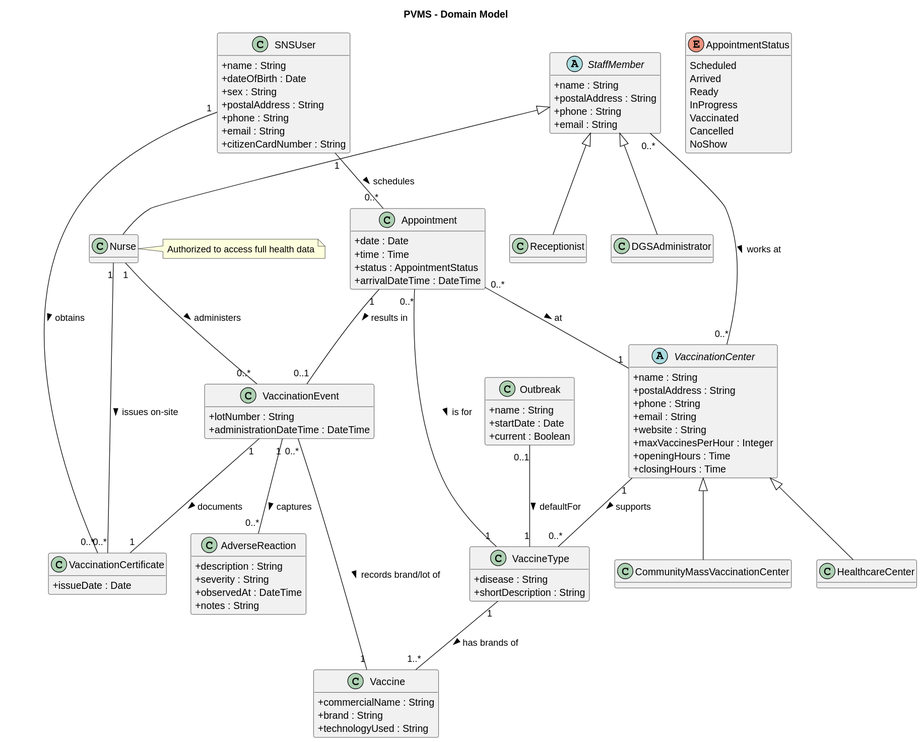
This is docs/system-documentation/global-artifacts/svg/DM.svg from luluisfcm/leti-esoft-25-26-B5, a PlantUML export, as it was before one commit.
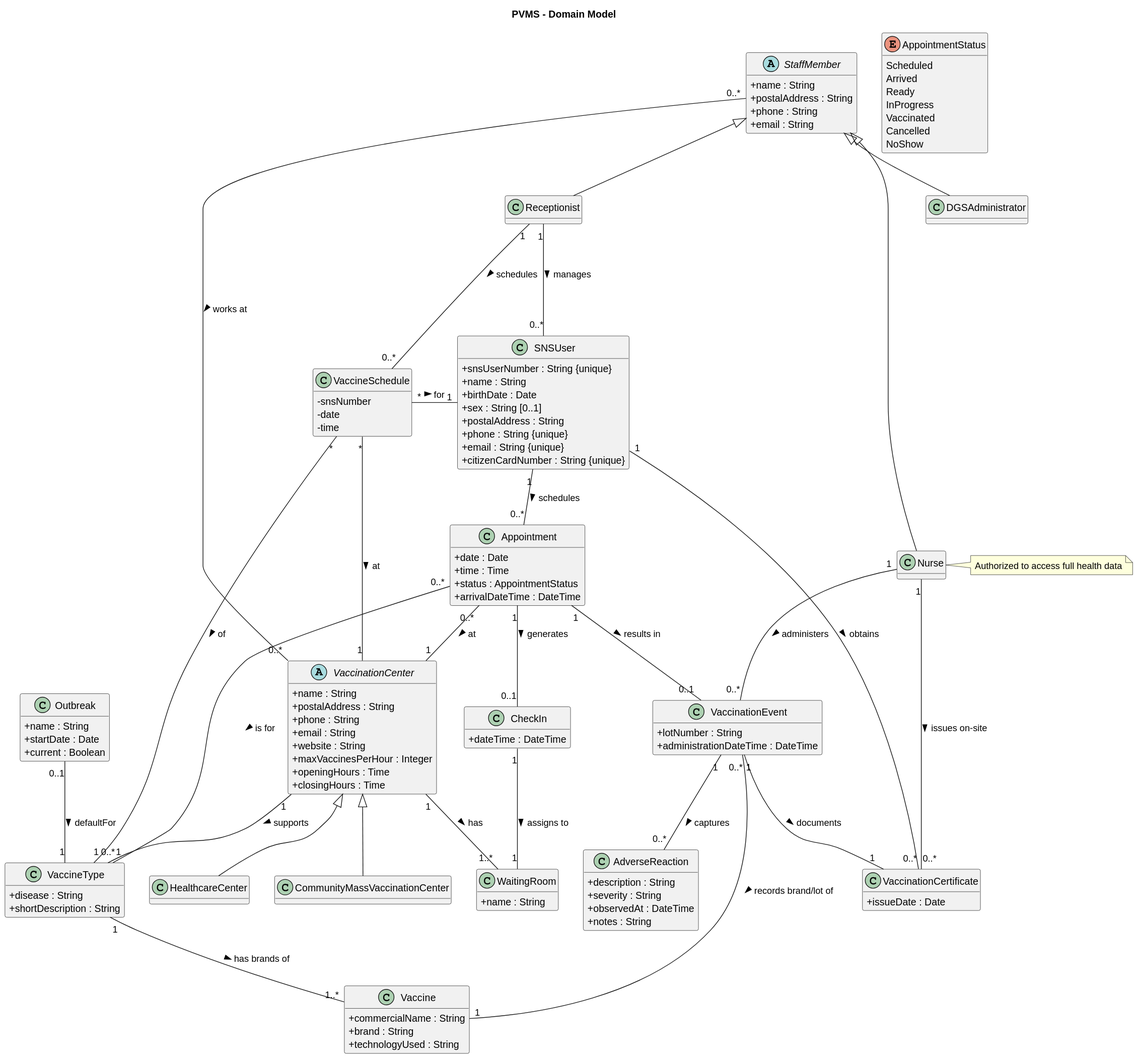
After the change.

The edit, as a diff of the source:
```diff
@@ -5,14 +5,14 @@
 skinparam classAttributeIconSize 0
 
 class SNSUser {
-
++ snsUserNumber : String {unique}
   + name : String
-  + dateOfBirth : Date
-  + sex : String
+  + birthDate : Date
+  + sex : String [0..1]
   + postalAddress : String
-  + phone : String
-  + email : String
-  + citizenCardNumber : String
+  + phone : String {unique}
+  + email : String {unique}
+  + citizenCardNumber : String {unique}
 }
 
 abstract StaffMember {
@@ -104,6 +104,21 @@
   + current : Boolean
 }
 
+class WaitingRoom {
+  + name : String
+}
+
+class CheckIn {
+  + dateTime : DateTime
+}
+
+
+class VaccineSchedule {
+    - snsNumber
+    - date
+    - time
+}
+
 SNSUser "1" -- "0..*" Appointment : schedules >
 Appointment "0..*" -- "1" VaccinationCenter : at >
 Appointment "0..*" -- "1" VaccineType : is for >
@@ -120,4 +135,14 @@
 StaffMember "0..*" -- "0..*" VaccinationCenter : works at >
 
 Outbreak "0..1" -- "1" VaccineType : defaultFor >
+
+VaccinationCenter "1" -- "1..*" WaitingRoom : has >
+Appointment "1" -- "0..1" CheckIn : generates >
+CheckIn "1" -- "1" WaitingRoom : assigns to >
+Receptionist "1" -right-- "0..*" VaccineSchedule: schedules >
+Receptionist "1" -down-- "0..*" SNSUser: manages >
+
+VaccineSchedule "*" -right-- "1" SNSUser: for >
+VaccineSchedule "*" -down-- "1" VaccineType: of >
+VaccineSchedule "*" -down-- "1" VaccinationCenter: at >
 @enduml
```
